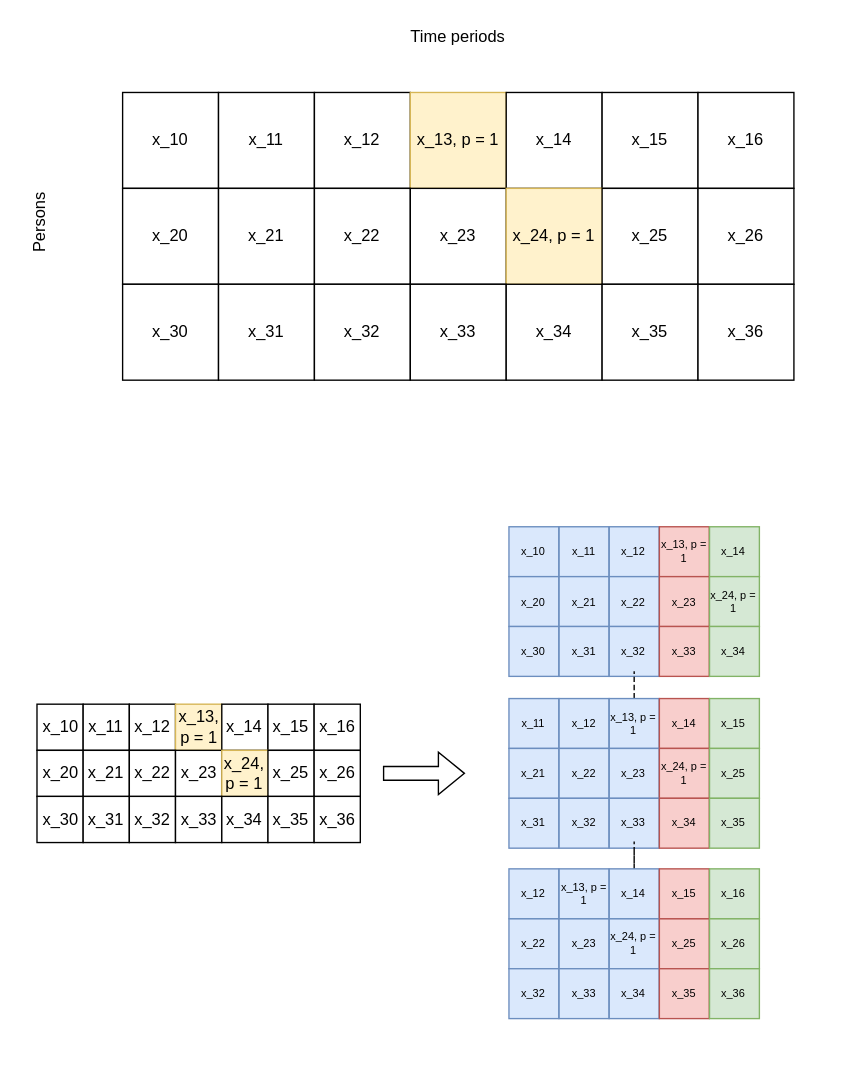
Before: doubly_robust.drawio in henrishi/drawio, a draw.io diagram. Source tidied: cells renumbered, new cells numbered last; positions are measured from the earlier drawing's top-left corner, leaving out a move shared by most shapes. Both pictures are drawn from the tidied source at 137%, with x=0, y=0 at pixel (12, 23).
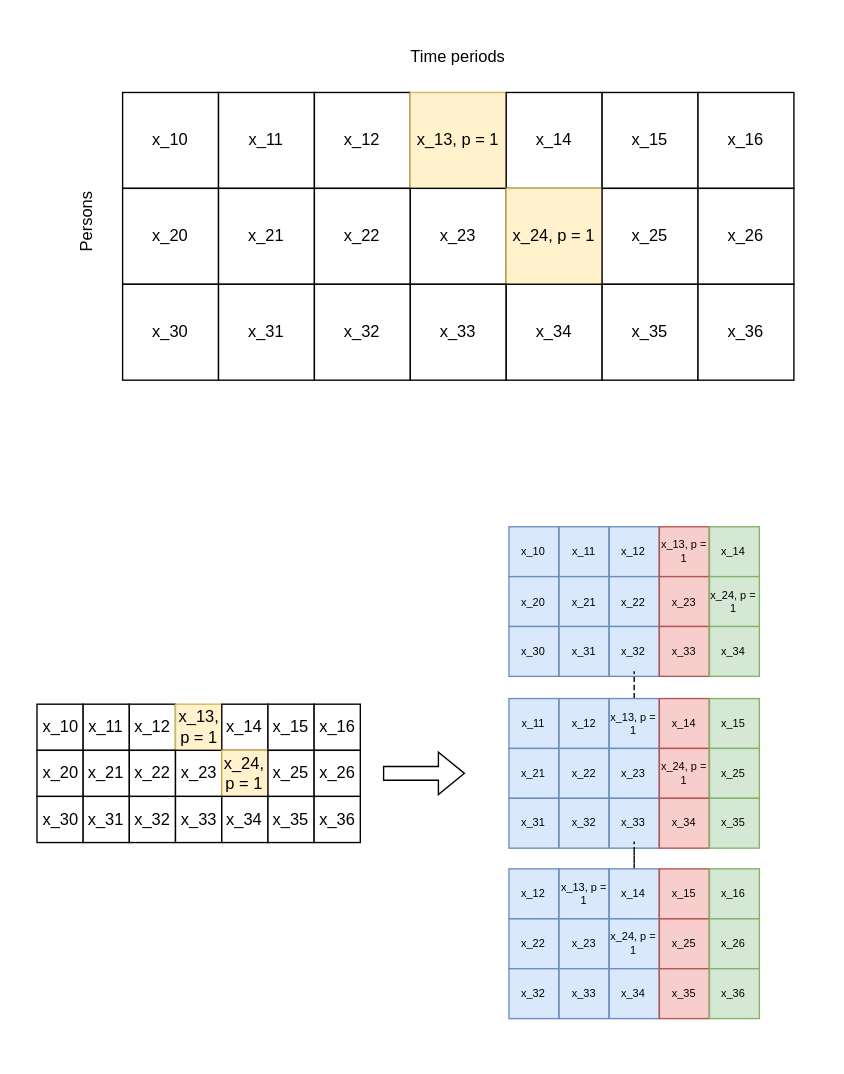
Above is the later version.

Diff of the diagram source:
```diff
@@
+    <mxCell id="102" style="rounded=0;whiteSpace=wrap;html=1;fontSize=8;strokeColor=none;" parent="1" vertex="1">
+      <mxGeometry x="30" width="560" height="280" as="geometry" />
+    </mxCell>
+    <mxCell id="103" style="rounded=0;whiteSpace=wrap;html=1;fontSize=8;strokeColor=none;" parent="1" vertex="1">
+      <mxGeometry x="8" y="340" width="572" height="410" as="geometry" />
+    </mxCell>
@@
     <mxCell id="23" value="Time periods" style="text;html=1;strokeColor=none;fillColor=none;align=center;verticalAlign=middle;whiteSpace=wrap;rounded=0;" parent="1" vertex="1">
-      <mxGeometry x="270" width="110" height="20" as="geometry" />
+      <mxGeometry x="270" y="14" width="110" height="20" as="geometry" />
     </mxCell>
     <mxCell id="24" value="Persons" style="text;html=1;strokeColor=none;fillColor=none;align=center;verticalAlign=middle;whiteSpace=wrap;rounded=0;rotation=-90;" parent="1" vertex="1">
-      <mxGeometry y="135" width="40" height="20" as="geometry" />
+      <mxGeometry x="34.5" y="135" width="40" height="20" as="geometry" />
     </mxCell>
```
